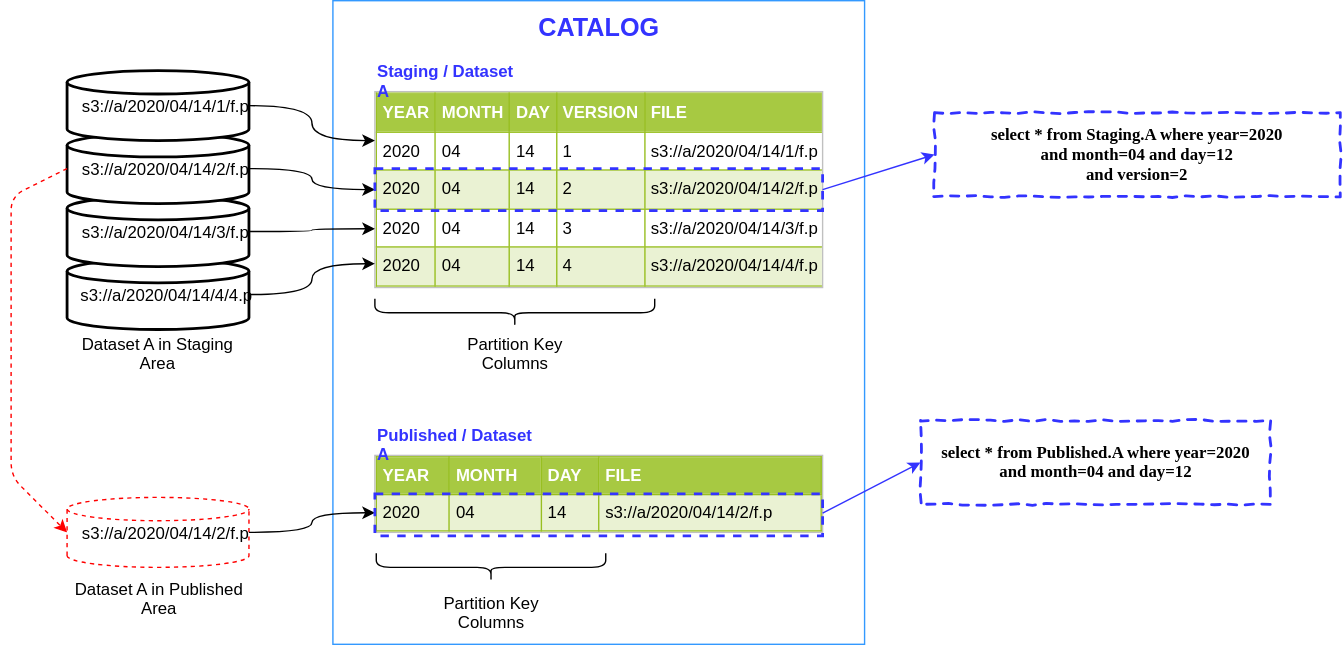
Above: docs/data-lake-catalog-magic.svg in victor-kolesnikov/light (draw.io), before the change. Source tidied: cells renumbered, new cells last; positions are measured from the earlier drawing's top-left corner, leaving out a move shared by most shapes.
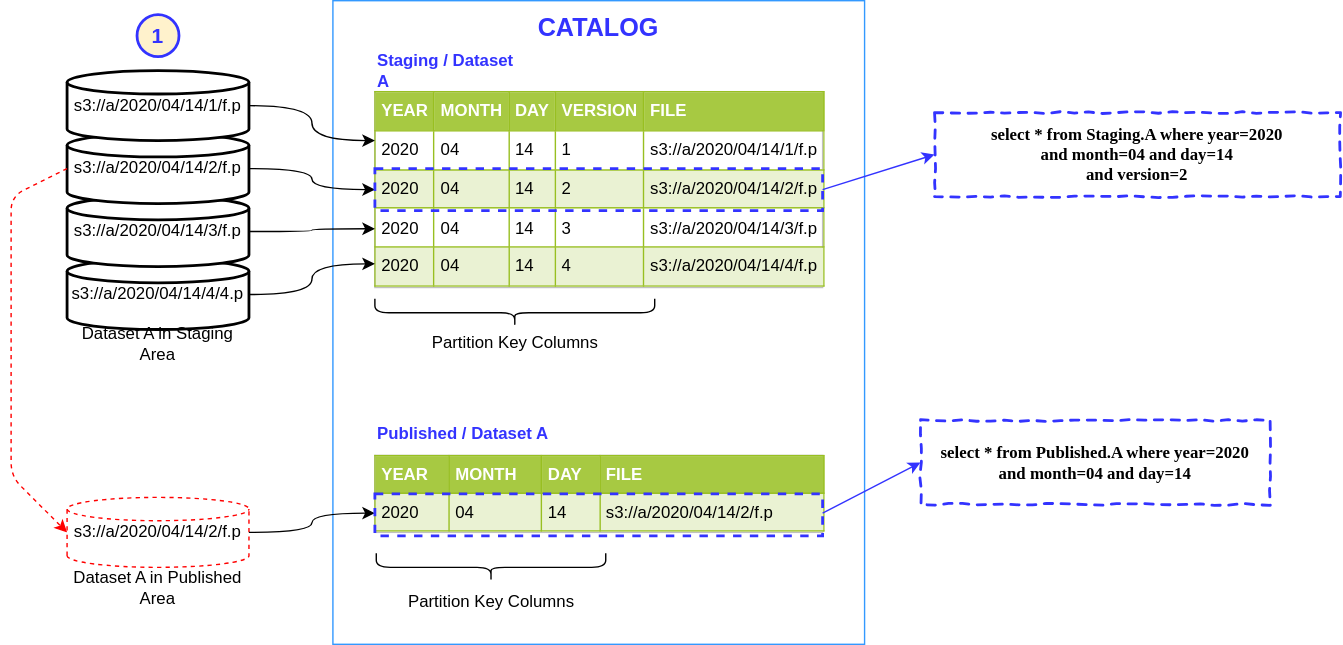
After the commit.

Commit message:
Fixing typo in SQL example data-lake-catalog-magic.svg

Change to the diagram source:
```diff
@@ -76,7 +76,7 @@
     <mxCell id="24" value="Dataset A in Published Area" style="text;html=1;strokeColor=none;fillColor=none;align=center;verticalAlign=middle;whiteSpace=wrap;rounded=0;" parent="1" vertex="1">
       <mxGeometry x="30" y="410" width="150" height="20" as="geometry" />
     </mxCell>
-    <mxCell id="25" value="&lt;div&gt;select * from Staging.A where year=2020 &lt;br&gt;&lt;/div&gt;&lt;div&gt;and month=04 and day=12&lt;/div&gt;&lt;div&gt;and version=2&lt;br&gt;&lt;/div&gt;" style="html=1;whiteSpace=wrap;comic=1;strokeWidth=2;fontFamily=Comic Sans MS;fontStyle=1;dashed=1;strokeColor=#3333FF;" parent="1" vertex="1">
+    <mxCell id="25" value="&lt;div&gt;select * from Staging.A where year=2020 &lt;br&gt;&lt;/div&gt;&lt;div&gt;and month=04 and day=14&lt;/div&gt;&lt;div&gt;and version=2&lt;br&gt;&lt;/div&gt;" style="html=1;whiteSpace=wrap;comic=1;strokeWidth=2;fontFamily=Comic Sans MS;fontStyle=1;dashed=1;strokeColor=#3333FF;" parent="1" vertex="1">
       <mxGeometry x="660" y="80" width="290" height="60" as="geometry" />
     </mxCell>
     <mxCell id="26" style="rounded=0;whiteSpace=wrap;html=1;dashed=1;strokeColor=#3333FF;strokeWidth=2;fillColor=none;" parent="1" vertex="1">
@@ -85,7 +85,7 @@
     <mxCell id="27" style="endArrow=classic;html=1;strokeColor=#3333FF;exitX=1;exitY=0.5;exitDx=0;exitDy=0;entryX=0;entryY=0.5;entryDx=0;entryDy=0;" parent="1" edge="1" source="26" target="25">
       <mxGeometry relative="1" as="geometry" />
     </mxCell>
-    <mxCell id="28" value="&lt;div&gt;select * from Published.A where year=2020 &lt;br&gt;&lt;/div&gt;&lt;div&gt;and month=04 and day=12&lt;/div&gt;" style="html=1;whiteSpace=wrap;comic=1;strokeWidth=2;fontFamily=Comic Sans MS;fontStyle=1;dashed=1;strokeColor=#3333FF;" parent="1" vertex="1">
+    <mxCell id="28" value="&lt;div&gt;select * from Published.A where year=2020 &lt;br&gt;&lt;/div&gt;&lt;div&gt;and month=04 and day=14&lt;/div&gt;" style="html=1;whiteSpace=wrap;comic=1;strokeWidth=2;fontFamily=Comic Sans MS;fontStyle=1;dashed=1;strokeColor=#3333FF;" parent="1" vertex="1">
       <mxGeometry x="650" y="300" width="250" height="60" as="geometry" />
     </mxCell>
     <mxCell id="29" style="endArrow=classic;html=1;strokeColor=#3333FF;entryX=0;entryY=0.5;entryDx=0;entryDy=0;exitX=1;exitY=0.75;exitDx=0;exitDy=0;" parent="1" edge="1" source="15" target="28">
@@ -94,5 +94,8 @@
     <mxCell id="30" style="rounded=0;whiteSpace=wrap;html=1;dashed=1;strokeColor=#3333FF;strokeWidth=2;fillColor=none;" parent="1" vertex="1">
       <mxGeometry x="260" y="352.5" width="320" height="30" as="geometry" />
     </mxCell>
+    <mxCell id="31" value="&lt;font style=&quot;font-size: 15px&quot; color=&quot;#3333FF&quot;&gt;&lt;b&gt;1&lt;/b&gt;&lt;/font&gt;" style="ellipse;whiteSpace=wrap;html=1;strokeWidth=2;fillColor=#FFF2CC;strokeColor=#3333FF;" parent="1" vertex="1">
+      <mxGeometry x="90" y="10" width="30" height="30" as="geometry" />
+    </mxCell>
   </root>
 </mxGraphModel>
```
